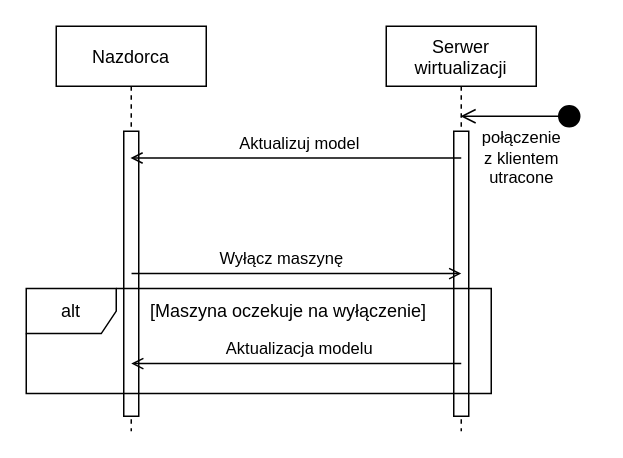
Above: diagrams/sequence_diagrams/konczenie_sesji.drawio in one-click-desktop/documentation (draw.io), before the change. Source tidied: cells renumbered, new cells numbered last; positions are measured from the earlier drawing's top-left corner, leaving out a move shared by most shapes. Both pictures are drawn from the tidied source at 150%, with x=0, y=0 at pixel (26, 26).
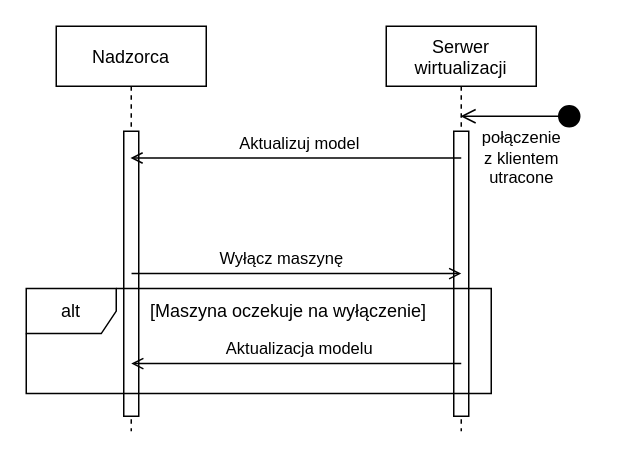
The same page after the edit.

The edit, as a diff of the source:
```diff
@@
-    <mxCell id="2" value="Nazdorca" style="shape=umlLifeline;perimeter=lifelinePerimeter;rounded=0;shadow=0;strokeWidth=1;" parent="1" vertex="1">
+    <mxCell id="2" value="Nadzorca" style="shape=umlLifeline;perimeter=lifelinePerimeter;rounded=0;shadow=0;strokeWidth=1;" parent="1" vertex="1">
       <mxGeometry x="20" width="100" height="270" as="geometry" />
     </mxCell>
```
